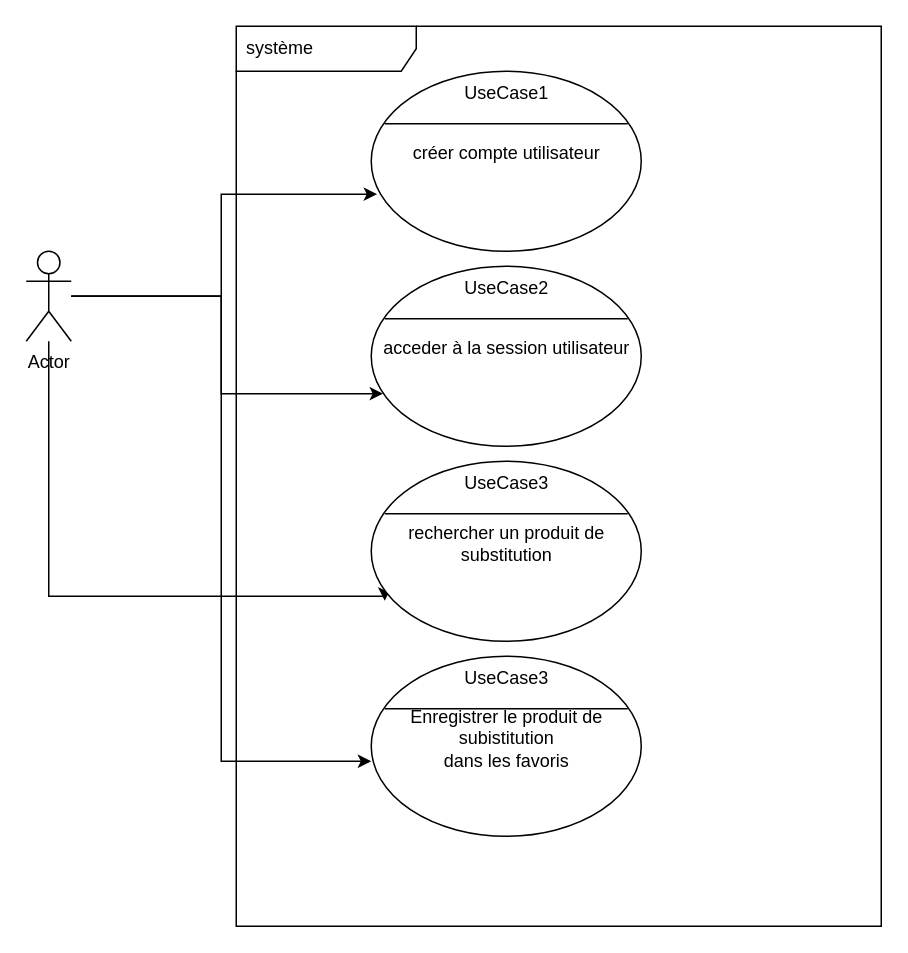
This is documentation/diagramme_cas_utilisation.drawio from jbbaillet85/PureBeurre, a draw.io file, before an edit. Source tidied: cells renumbered, new cells numbered last; positions are measured from the earlier drawing's top-left corner, leaving out a move shared by most shapes. Both pictures are drawn from the tidied source at 150%, with x=0, y=0 at pixel (26, 26).
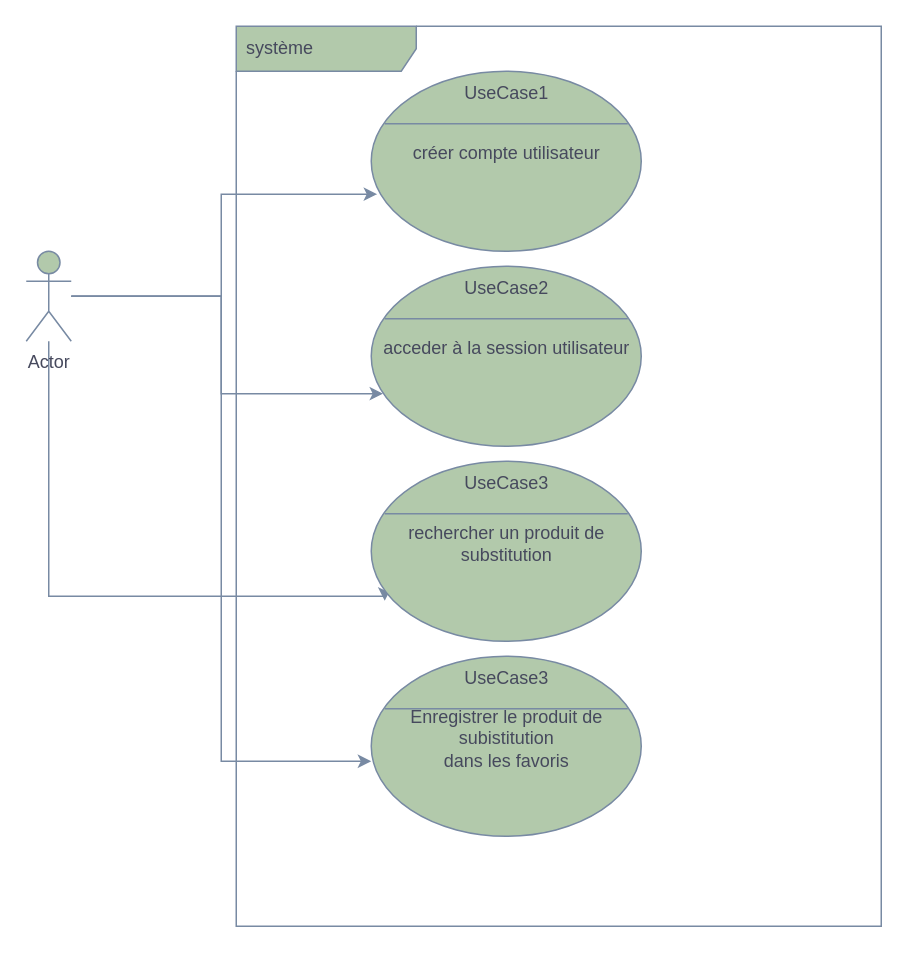
The same diagram, later.

What changed in the source:
```diff
@@
-    <mxCell id="2" style="edgeStyle=orthogonalEdgeStyle;rounded=0;jettySize=auto;html=1;entryX=0.022;entryY=0.683;entryDx=0;entryDy=0;entryPerimeter=0;" parent="1" edge="1" source="6" target="8">
+    <mxCell id="2" style="edgeStyle=orthogonalEdgeStyle;rounded=0;jettySize=auto;html=1;entryX=0.022;entryY=0.683;entryDx=0;entryDy=0;entryPerimeter=0;strokeColor=#788AA3;fontColor=#46495D;" parent="1" edge="1" source="6" target="8">
       <mxGeometry relative="1" as="geometry" />
     </mxCell>
-    <mxCell id="3" style="edgeStyle=orthogonalEdgeStyle;rounded=0;jettySize=auto;html=1;entryX=0.044;entryY=0.708;entryDx=0;entryDy=0;entryPerimeter=0;" parent="1" edge="1" source="6" target="12">
+    <mxCell id="3" style="edgeStyle=orthogonalEdgeStyle;rounded=0;jettySize=auto;html=1;entryX=0.044;entryY=0.708;entryDx=0;entryDy=0;entryPerimeter=0;strokeColor=#788AA3;fontColor=#46495D;" parent="1" edge="1" source="6" target="12">
       <mxGeometry relative="1" as="geometry" />
     </mxCell>
-    <mxCell id="4" style="edgeStyle=orthogonalEdgeStyle;rounded=0;jettySize=auto;html=1;entryX=0.05;entryY=0.775;entryDx=0;entryDy=0;entryPerimeter=0;" parent="1" edge="1" source="6" target="16">
+    <mxCell id="4" style="edgeStyle=orthogonalEdgeStyle;rounded=0;jettySize=auto;html=1;entryX=0.05;entryY=0.775;entryDx=0;entryDy=0;entryPerimeter=0;strokeColor=#788AA3;fontColor=#46495D;" parent="1" edge="1" source="6" target="16">
       <mxGeometry relative="1" as="geometry">
         <Array as="points">
           <mxPoint x="15" y="380" />
           <mxPoint x="239" y="380" />
         </Array>
       </mxGeometry>
     </mxCell>
-    <mxCell id="5" style="edgeStyle=orthogonalEdgeStyle;rounded=0;jettySize=auto;html=1;entryX=0;entryY=1;entryDx=0;entryDy=0;" parent="1" edge="1" source="6" target="23">
+    <mxCell id="5" style="edgeStyle=orthogonalEdgeStyle;rounded=0;jettySize=auto;html=1;entryX=0;entryY=1;entryDx=0;entryDy=0;strokeColor=#788AA3;fontColor=#46495D;" parent="1" edge="1" source="6" target="23">
       <mxGeometry relative="1" as="geometry">
         <Array as="points">
           <mxPoint x="130" y="180" />
           <mxPoint x="130" y="490" />
         </Array>
       </mxGeometry>
     </mxCell>
-    <mxCell id="6" value="Actor" style="shape=umlActor;verticalLabelPosition=bottom;verticalAlign=top;html=1;" parent="1" vertex="1">
+    <mxCell id="6" value="Actor" style="shape=umlActor;verticalLabelPosition=bottom;verticalAlign=top;html=1;fillColor=#B2C9AB;strokeColor=#788AA3;fontColor=#46495D;" parent="1" vertex="1">
       <mxGeometry y="150" width="30" height="60" as="geometry" />
     </mxCell>
-    <mxCell id="7" value="système" style="shape=umlFrame;whiteSpace=wrap;html=1;width=120;height=30;boundedLbl=1;verticalAlign=middle;align=left;spacingLeft=5;" parent="1" vertex="1">
+    <mxCell id="7" value="système" style="shape=umlFrame;whiteSpace=wrap;html=1;width=120;height=30;boundedLbl=1;verticalAlign=middle;align=left;spacingLeft=5;fillColor=#B2C9AB;strokeColor=#788AA3;fontColor=#46495D;" parent="1" vertex="1">
       <mxGeometry x="140" width="430" height="600" as="geometry" />
     </mxCell>
-    <mxCell id="8" style="shape=ellipse;horizontal=1;html=1;dashed=0;" parent="1" vertex="1">
+    <mxCell id="8" style="shape=ellipse;horizontal=1;html=1;dashed=0;fillColor=#B2C9AB;strokeColor=#788AA3;fontColor=#46495D;" parent="1" vertex="1">
       <mxGeometry x="230" y="30" width="180" height="120" as="geometry" />
     </mxCell>
-    <mxCell id="9" value="UseCase1" style="html=1;strokeColor=none;fillColor=none;align=center;verticalAlign=middle;" parent="8" vertex="1">
+    <mxCell id="9" value="UseCase1" style="html=1;strokeColor=none;fillColor=none;align=center;verticalAlign=middle;fontColor=#46495D;" parent="8" vertex="1">
       <mxGeometry width="180" height="30" as="geometry" />
     </mxCell>
-    <mxCell id="10" style="line;strokeWidth=1;fillColor=none;labelPosition=right;dashed=0;" parent="8" vertex="1">
+    <mxCell id="10" style="line;strokeWidth=1;fillColor=none;labelPosition=right;dashed=0;strokeColor=#788AA3;fontColor=#46495D;" parent="8" vertex="1">
       <mxGeometry x="9" y="30" width="162" height="10" as="geometry" />
     </mxCell>
-    <mxCell id="11" value="créer compte utilisateur" style="text;html=1;align=center;verticalAlign=middle;" parent="8" vertex="1">
+    <mxCell id="11" value="créer compte utilisateur" style="text;html=1;align=center;verticalAlign=middle;fontColor=#46495D;" parent="8" vertex="1">
       <mxGeometry y="40" width="180" height="30" as="geometry" />
     </mxCell>
-    <mxCell id="12" style="shape=ellipse;horizontal=1;html=1;dashed=0;" parent="1" vertex="1">
+    <mxCell id="12" style="shape=ellipse;horizontal=1;html=1;dashed=0;fillColor=#B2C9AB;strokeColor=#788AA3;fontColor=#46495D;" parent="1" vertex="1">
       <mxGeometry x="230" y="160" width="180" height="120" as="geometry" />
     </mxCell>
-    <mxCell id="13" value="UseCase2" style="html=1;strokeColor=none;fillColor=none;align=center;verticalAlign=middle;" parent="12" vertex="1">
+    <mxCell id="13" value="UseCase2" style="html=1;strokeColor=none;fillColor=none;align=center;verticalAlign=middle;fontColor=#46495D;" parent="12" vertex="1">
       <mxGeometry width="180" height="30" as="geometry" />
     </mxCell>
-    <mxCell id="14" style="line;strokeWidth=1;fillColor=none;labelPosition=right;dashed=0;" parent="12" vertex="1">
+    <mxCell id="14" style="line;strokeWidth=1;fillColor=none;labelPosition=right;dashed=0;strokeColor=#788AA3;fontColor=#46495D;" parent="12" vertex="1">
       <mxGeometry x="9" y="30" width="162" height="10" as="geometry" />
     </mxCell>
-    <mxCell id="15" value="acceder à la session utilisateur" style="text;html=1;align=center;verticalAlign=middle;" parent="12" vertex="1">
+    <mxCell id="15" value="acceder à la session utilisateur" style="text;html=1;align=center;verticalAlign=middle;fontColor=#46495D;" parent="12" vertex="1">
       <mxGeometry y="40" width="180" height="30" as="geometry" />
     </mxCell>
-    <mxCell id="16" style="shape=ellipse;horizontal=1;html=1;dashed=0;" parent="1" vertex="1">
+    <mxCell id="16" style="shape=ellipse;horizontal=1;html=1;dashed=0;fillColor=#B2C9AB;strokeColor=#788AA3;fontColor=#46495D;" parent="1" vertex="1">
       <mxGeometry x="230" y="290" width="180" height="120" as="geometry" />
     </mxCell>
-    <mxCell id="17" value="UseCase3" style="html=1;strokeColor=none;fillColor=none;align=center;verticalAlign=middle;" parent="16" vertex="1">
+    <mxCell id="17" value="UseCase3" style="html=1;strokeColor=none;fillColor=none;align=center;verticalAlign=middle;fontColor=#46495D;" parent="16" vertex="1">
       <mxGeometry width="180" height="30" as="geometry" />
     </mxCell>
-    <mxCell id="18" style="line;strokeWidth=1;fillColor=none;labelPosition=right;dashed=0;" parent="16" vertex="1">
+    <mxCell id="18" style="line;strokeWidth=1;fillColor=none;labelPosition=right;dashed=0;strokeColor=#788AA3;fontColor=#46495D;" parent="16" vertex="1">
       <mxGeometry x="9" y="30" width="162" height="10" as="geometry" />
     </mxCell>
-    <mxCell id="19" value="rechercher un produit de &lt;br&gt;substitution" style="text;html=1;align=center;verticalAlign=middle;" parent="16" vertex="1">
+    <mxCell id="19" value="rechercher un produit de &lt;br&gt;substitution" style="text;html=1;align=center;verticalAlign=middle;fontColor=#46495D;" parent="16" vertex="1">
       <mxGeometry y="40" width="180" height="30" as="geometry" />
     </mxCell>
-    <mxCell id="20" style="shape=ellipse;horizontal=1;html=1;dashed=0;" parent="1" vertex="1">
+    <mxCell id="20" style="shape=ellipse;horizontal=1;html=1;dashed=0;fillColor=#B2C9AB;strokeColor=#788AA3;fontColor=#46495D;" parent="1" vertex="1">
       <mxGeometry x="230" y="420" width="180" height="120" as="geometry" />
     </mxCell>
-    <mxCell id="21" value="UseCase3" style="html=1;strokeColor=none;fillColor=none;align=center;verticalAlign=middle;" parent="20" vertex="1">
+    <mxCell id="21" value="UseCase3" style="html=1;strokeColor=none;fillColor=none;align=center;verticalAlign=middle;fontColor=#46495D;" parent="20" vertex="1">
       <mxGeometry width="180" height="30" as="geometry" />
     </mxCell>
-    <mxCell id="22" style="line;strokeWidth=1;fillColor=none;labelPosition=right;dashed=0;" parent="20" vertex="1">
+    <mxCell id="22" style="line;strokeWidth=1;fillColor=none;labelPosition=right;dashed=0;strokeColor=#788AA3;fontColor=#46495D;" parent="20" vertex="1">
       <mxGeometry x="9" y="30" width="162" height="10" as="geometry" />
     </mxCell>
-    <mxCell id="23" value="Enregistrer le produit de &lt;br&gt;subistitution &lt;br&gt;dans les favoris" style="text;html=1;align=center;verticalAlign=middle;" parent="20" vertex="1">
+    <mxCell id="23" value="Enregistrer le produit de &lt;br&gt;subistitution &lt;br&gt;dans les favoris" style="text;html=1;align=center;verticalAlign=middle;fontColor=#46495D;" parent="20" vertex="1">
       <mxGeometry y="40" width="180" height="30" as="geometry" />
     </mxCell>
```
